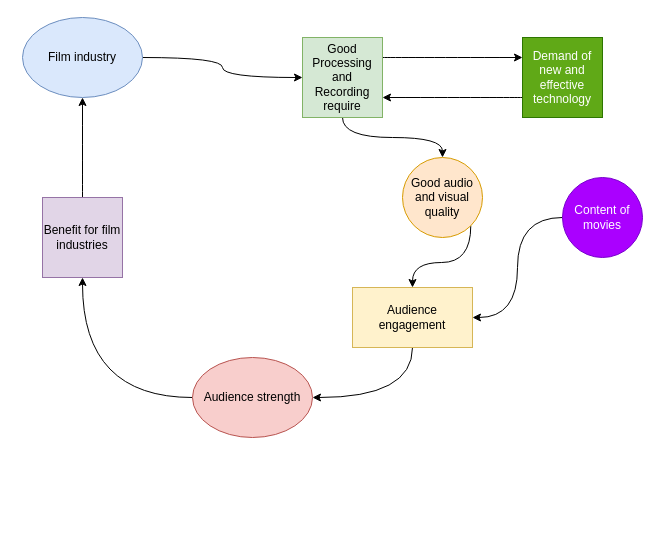
This is feedback_loop_t_2.drawio from mkmishra2000/manas, a draw.io file, before an edit. Source tidied: cells renumbered, new cells numbered last; positions are measured from the earlier drawing's top-left corner, leaving out a move shared by most shapes. Both pictures are drawn from the tidied source at 100%, with x=0, y=0 at pixel (22, 17).
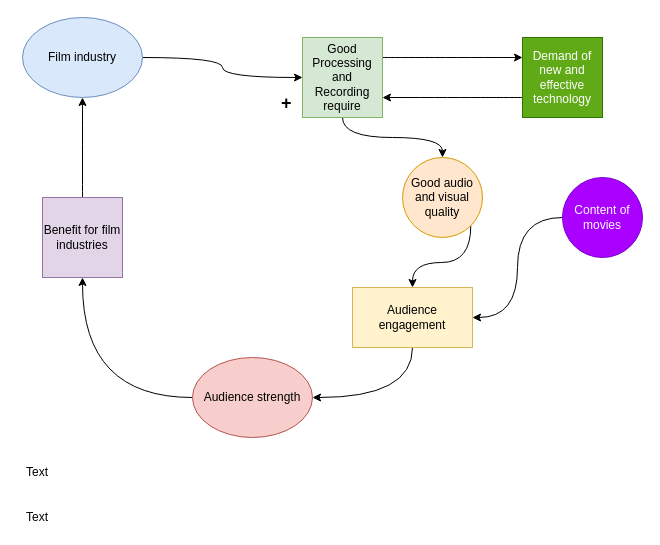
Above is the later version.

Change to the diagram source:
```diff
@@
+    <mxCell id="19" value="Text" style="text;html=1;strokeColor=none;fillColor=none;align=center;verticalAlign=middle;whiteSpace=wrap;rounded=0;" parent="1" vertex="1">
+      <mxGeometry x="-5" y="445" width="40" height="20" as="geometry" />
+    </mxCell>
+    <mxCell id="20" value="&lt;b&gt;&lt;font style=&quot;font-size: 18px&quot;&gt;+&lt;/font&gt;&lt;/b&gt;" style="text;html=1;align=left;verticalAlign=top;spacingTop=-4;" parent="1" vertex="1">
+      <mxGeometry x="257" y="73" width="30" height="15" as="geometry" />
+    </mxCell>
+    <mxCell id="21" value="Text" style="text;html=1;strokeColor=none;fillColor=none;align=center;verticalAlign=middle;whiteSpace=wrap;rounded=0;" parent="1" vertex="1">
+      <mxGeometry x="-5" y="490" width="40" height="20" as="geometry" />
+    </mxCell>
```
